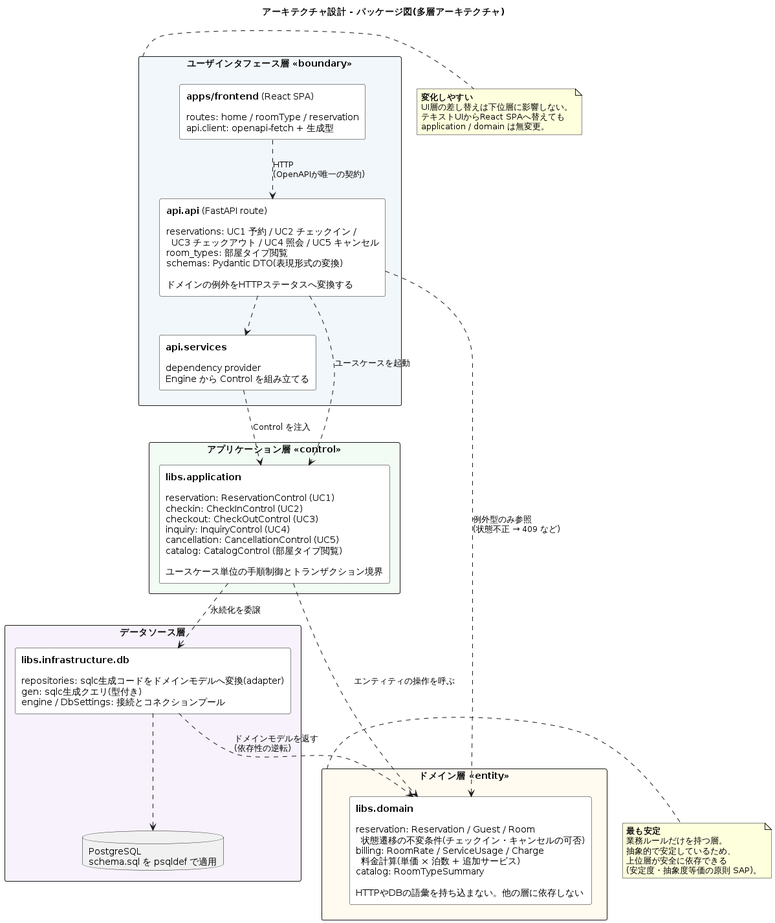
doguto/waseda-hrs keeps this PlantUML diagram as docs/uml/images/package_diagram.png. Above is the earlier version.
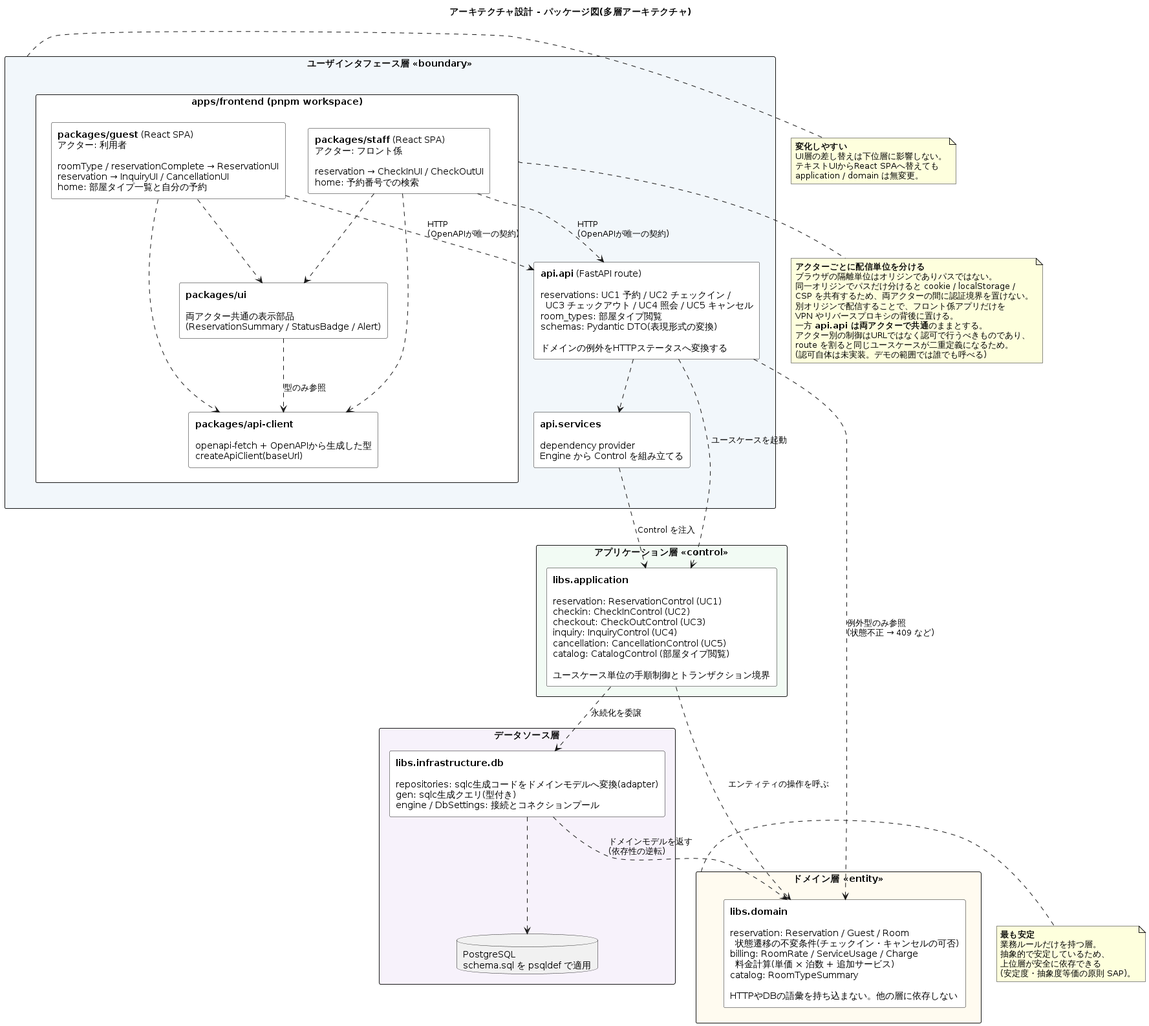
Above is the later version.

Commit message:
docs(uml): アクター分離後の構成にパッケージ図と対応表を追従させる

The edit, as a diff of the source:
```diff
@@ -8,7 +8,15 @@
 skinparam rectangleBackgroundColor #FFFFFF
 
 package "ユーザインタフェース層 <<boundary>>" as ui #F2F7FB {
-  rectangle "**apps/frontend** (React SPA)\n\nroutes: home / roomType / reservation\napi.client: openapi-fetch + 生成型" as frontend
+  package "apps/frontend (pnpm workspace)" as frontend_ws #FFFFFF {
+    rectangle "**packages/guest** (React SPA)\nアクター: 利用者\n\nroomType / reservationComplete → ReservationUI\nreservation → InquiryUI / CancellationUI\nhome: 部屋タイプ一覧と自分の予約" as frontend_guest
+
+    rectangle "**packages/staff** (React SPA)\nアクター: フロント係\n\nreservation → CheckInUI / CheckOutUI\nhome: 予約番号での検索" as frontend_staff
+
+    rectangle "**packages/api-client**\n\nopenapi-fetch + OpenAPIから生成した型\ncreateApiClient(baseUrl)" as frontend_api_client
+
+    rectangle "**packages/ui**\n\n両アクター共通の表示部品\n(ReservationSummary / StatusBadge / Alert)" as frontend_ui
+  }
 
   rectangle "**api.api** (FastAPI route)\n\nreservations: UC1 予約 / UC2 チェックイン /\n  UC3 チェックアウト / UC4 照会 / UC5 キャンセル\nroom_types: 部屋タイプ閲覧\nschemas: Pydantic DTO(表現形式の変換)\n\nドメインの例外をHTTPステータスへ変換する" as api_route
 
@@ -29,7 +37,17 @@
   database "PostgreSQL\nschema.sql を psqldef で適用" as db
 }
 
-frontend ..> api_route : HTTP\n(OpenAPIが唯一の契約)
+frontend_guest -[hidden]right- frontend_staff
+frontend_ui -[hidden]right- frontend_api_client
+
+frontend_guest ..> frontend_api_client
+frontend_guest ..> frontend_ui
+frontend_staff ..> frontend_api_client
+frontend_staff ..> frontend_ui
+frontend_ui ..> frontend_api_client : 型のみ参照
+
+frontend_guest ..> api_route : HTTP\n(OpenAPIが唯一の契約)
+frontend_staff ..> api_route : HTTP\n(OpenAPIが唯一の契約)
 api_route ..> api_services
 api_services ..> libs_app : Control を注入
 api_route ..> libs_app : ユースケースを起動
@@ -46,6 +64,19 @@
   application / domain は無変更。
 end note
 
+note bottom of frontend_ws
+  <b>アクターごとに配信単位を分ける</b>
+  ブラウザの隔離単位はオリジンでありパスではない。
+  同一オリジンでパスだけ分けると cookie / localStorage /
+  CSP を共有するため、両アクターの間に認証境界を置けない。
+  別オリジンで配信することで、フロント係アプリだけを
+  VPN やリバースプロキシの背後に置ける。
+  一方 <b>api.api は両アクターで共通</b>のままとする。
+  アクター別の制御はURLではなく認可で行うべきものであり、
+  route を割ると同じユースケースが二重定義になるため。
+  (認可自体は未実装。デモの範囲では誰でも呼べる)
+end note
+
 note right of domain
   <b>最も安定</b>
   業務ルールだけを持つ層。
```
